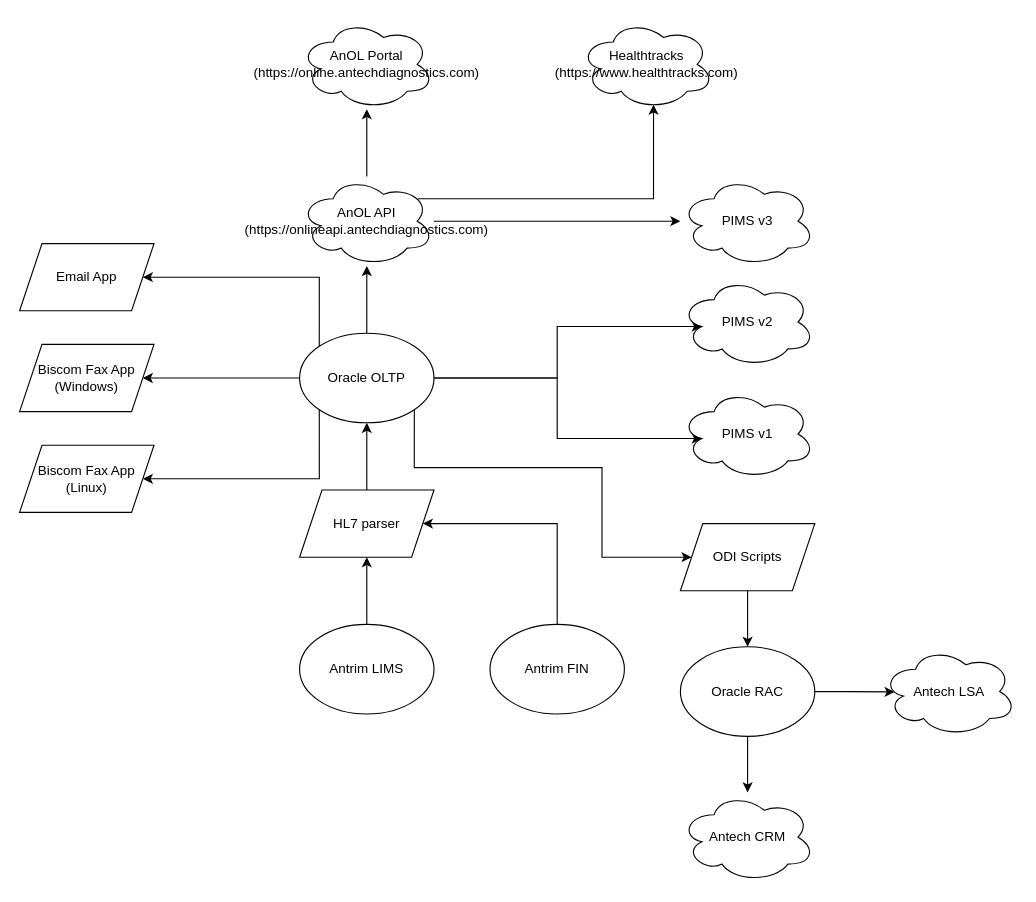
This is page "Page-2" (2 of 4) of Antech.drawio from vsfan/vsfan.github.io, a draw.io file, before an edit. Source tidied: cells renumbered, new cells numbered last; positions are measured from the earlier drawing's top-left corner, leaving out a move shared by most shapes. Both pictures are drawn from the tidied source at 112%, with x=0, y=0 at pixel (19, 19).
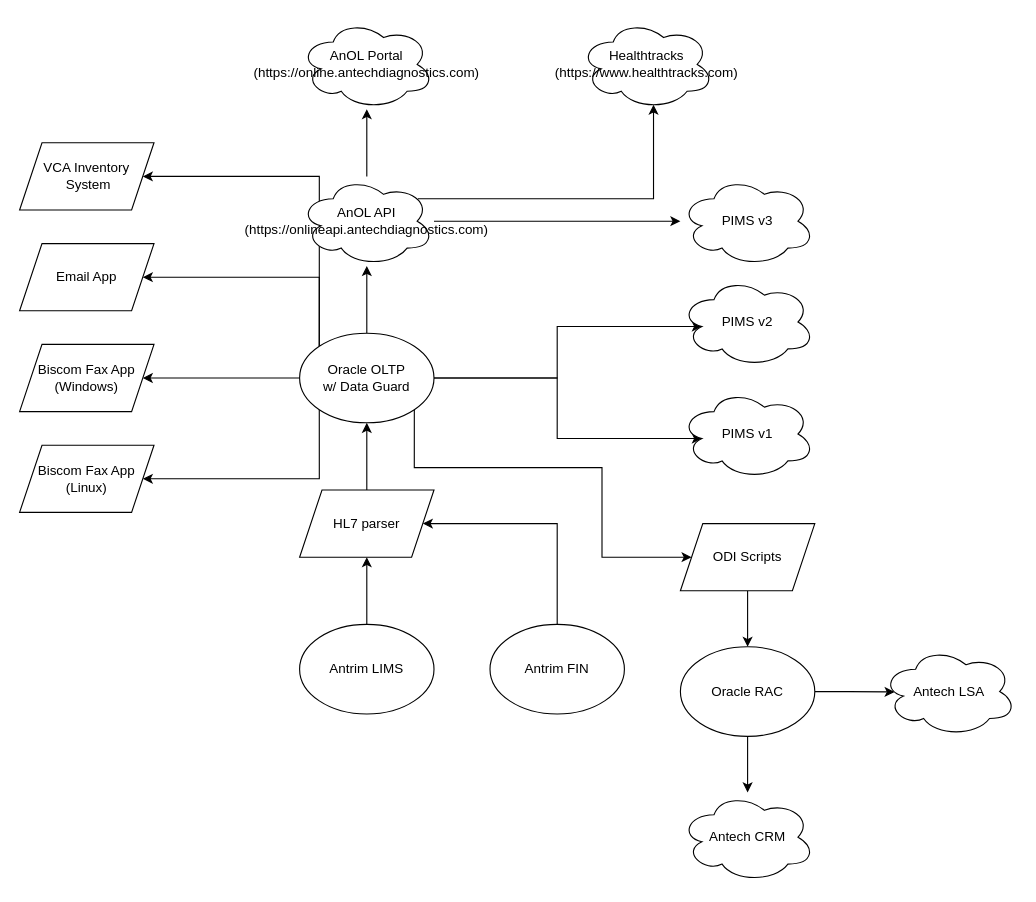
After the change.

Commit message:
Update Antech.drawio with VCA inventory

Change to the diagram source:
```diff
@@
+    <mxCell id="35" style="edgeStyle=orthogonalEdgeStyle;rounded=0;jettySize=auto;html=1;exitX=0;exitY=0;exitDx=0;exitDy=0;entryX=1;entryY=0.5;entryDx=0;entryDy=0;" parent="1" edge="1" source="9" target="36">
+      <mxGeometry relative="1" as="geometry">
+        <Array as="points">
+          <mxPoint x="268" y="140" />
+        </Array>
+      </mxGeometry>
+    </mxCell>
-    <mxCell id="9" value="Oracle OLTP" style="ellipse;whiteSpace=wrap;html=1;" parent="1" vertex="1">
+    <mxCell id="9" value="Oracle OLTP&lt;br&gt;w/ Data Guard" style="ellipse;whiteSpace=wrap;html=1;" parent="1" vertex="1">
       <mxGeometry x="250" y="280" width="120" height="80" as="geometry" />
     </mxCell>
@@
+    <mxCell id="36" value="VCA Inventory&lt;br&gt;&amp;nbsp;System" style="shape=parallelogram;perimeter=parallelogramPerimeter;whiteSpace=wrap;html=1;fixedSize=1;" parent="1" vertex="1">
+      <mxGeometry y="110" width="120" height="60" as="geometry" />
+    </mxCell>
```
